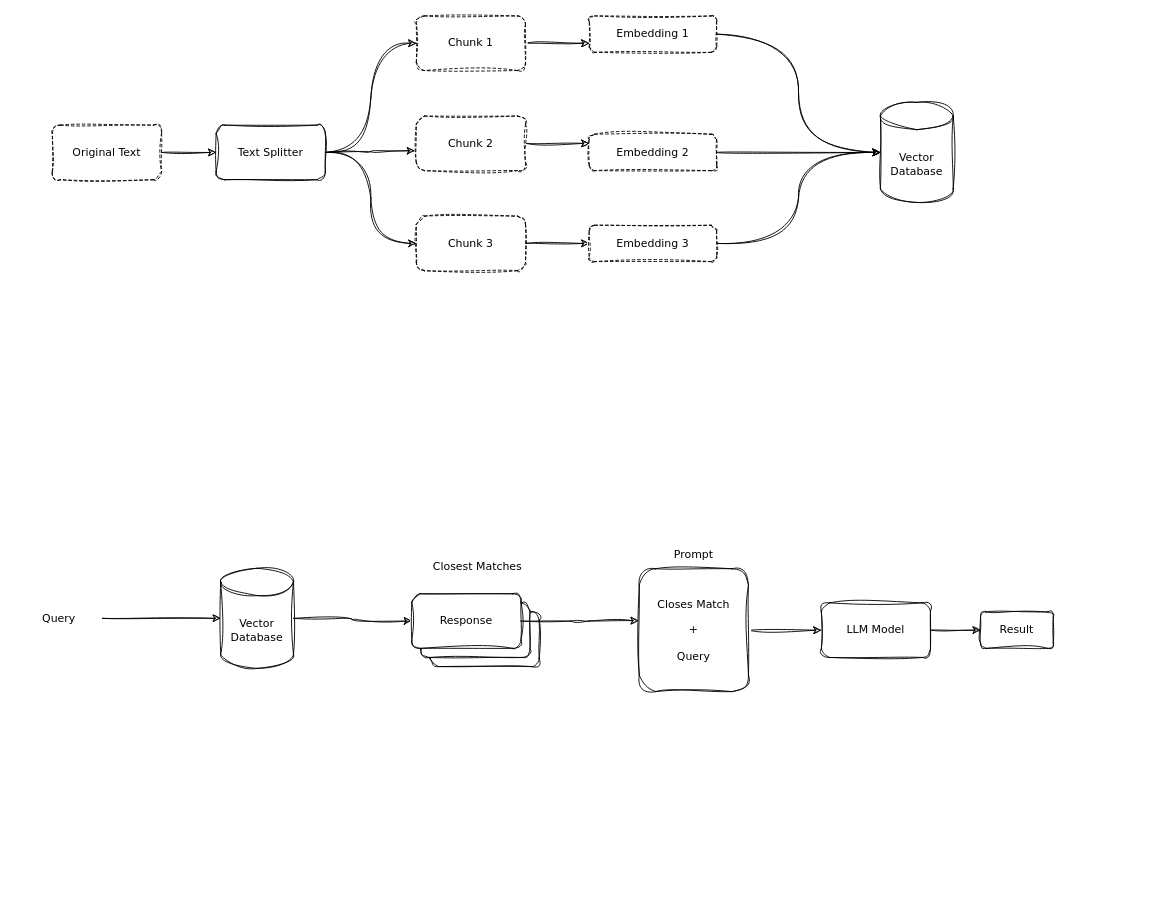
The draw.io diagram Untitled Diagram.drawio in mshiva1482/diagrams, before the edit. Source tidied: cells renumbered, new cells numbered last; positions are measured from the earlier drawing's top-left corner, leaving out a move shared by most shapes. Both pictures are drawn from the tidied source at 91%, with x=0, y=0 at pixel (15, 15).
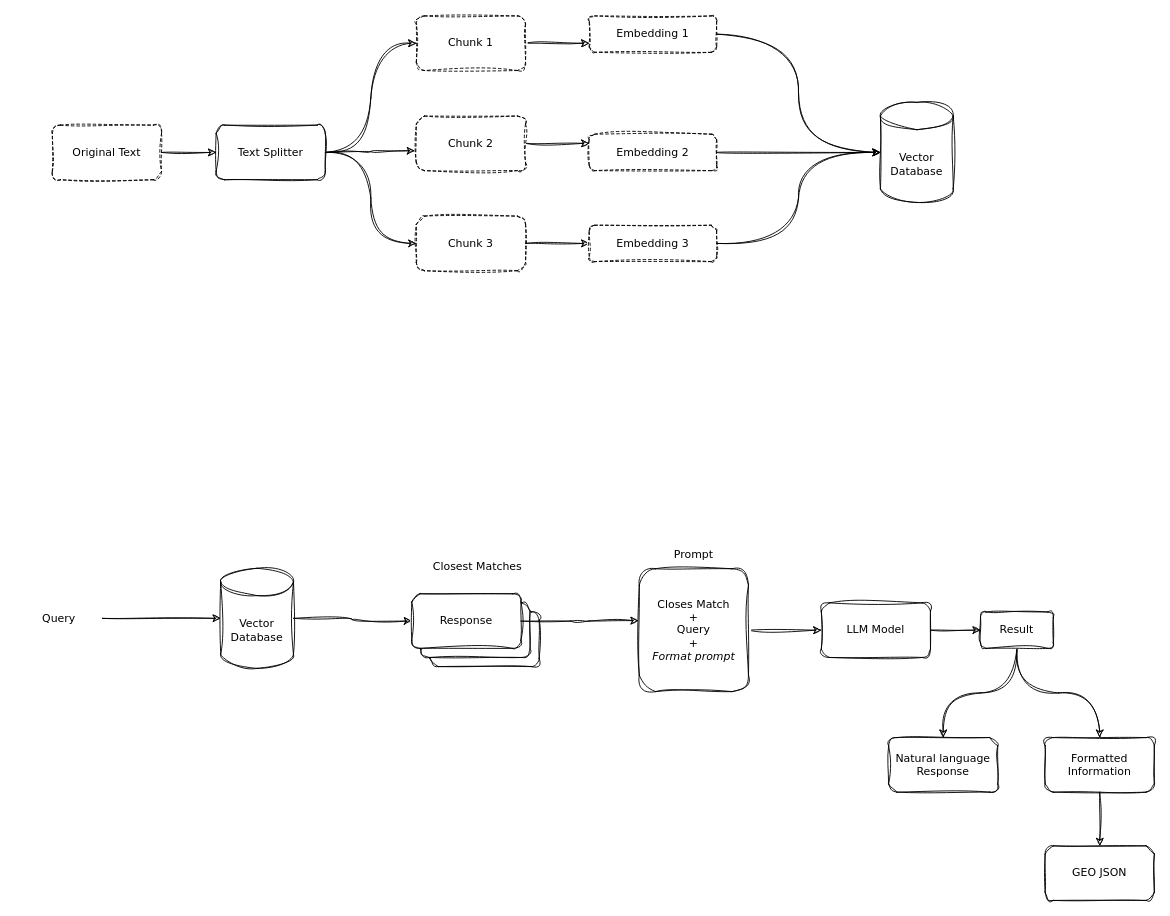
The same diagram, later.

The change refers to these unchanged cells:
```xml
<mxCell id="35" value="Result" style="whiteSpace=wrap;html=1;labelBackgroundColor=none;rounded=1;sketch=1;curveFitting=1;jiggle=2;fontFamily=Verdana;" parent="1" vertex="1">
  <mxGeometry x="1060" y="655" width="80" height="40" as="geometry" />
</mxCell>
```

The edit, as a diff of the source:
```diff
@@
-    <mxCell id="30" value="Closes Match&lt;div&gt;&lt;br&gt;&lt;/div&gt;&lt;div&gt;+&lt;/div&gt;&lt;div&gt;&lt;br&gt;&lt;/div&gt;&lt;div&gt;Query&lt;/div&gt;" style="whiteSpace=wrap;html=1;labelBackgroundColor=none;rounded=1;sketch=1;curveFitting=1;jiggle=2;fontFamily=Verdana;" parent="1" vertex="1">
+    <mxCell id="30" value="Closes Match&lt;div&gt;+&lt;/div&gt;&lt;div&gt;Query&lt;/div&gt;&lt;div&gt;+&lt;/div&gt;&lt;div&gt;&lt;i&gt;Format prompt&lt;/i&gt;&lt;/div&gt;" style="whiteSpace=wrap;html=1;labelBackgroundColor=none;rounded=1;sketch=1;curveFitting=1;jiggle=2;fontFamily=Verdana;" parent="1" vertex="1">
       <mxGeometry x="685" y="607.5" width="120" height="135" as="geometry" />
     </mxCell>
@@
+    <mxCell id="36" style="edgeStyle=orthogonalEdgeStyle;rounded=1;sketch=1;hachureGap=4;jiggle=2;curveFitting=1;jettySize=auto;html=1;entryX=0.5;entryY=0;entryDx=0;entryDy=0;fontFamily=Architects Daughter;curved=1;" parent="1" edge="1" source="35" target="38">
+      <mxGeometry relative="1" as="geometry" />
+    </mxCell>
+    <mxCell id="37" style="edgeStyle=orthogonalEdgeStyle;rounded=1;sketch=1;hachureGap=4;jiggle=2;curveFitting=1;jettySize=auto;html=1;fontFamily=Architects Daughter;curved=1;" parent="1" edge="1" source="35" target="40">
+      <mxGeometry relative="1" as="geometry" />
+    </mxCell>
@@
+    <mxCell id="38" value="Natural language Response" style="whiteSpace=wrap;html=1;rounded=1;sketch=1;hachureGap=4;jiggle=2;curveFitting=1;fontFamily=Verdana;" parent="1" vertex="1">
+      <mxGeometry x="959" y="793" width="120" height="60" as="geometry" />
+    </mxCell>
+    <mxCell id="39" style="edgeStyle=orthogonalEdgeStyle;rounded=1;sketch=1;hachureGap=4;jiggle=2;curveFitting=1;jettySize=auto;html=1;entryX=0.5;entryY=0;entryDx=0;entryDy=0;fontFamily=Verdana;" parent="1" edge="1" source="40" target="41">
+      <mxGeometry relative="1" as="geometry" />
+    </mxCell>
+    <mxCell id="40" value="Formatted Information" style="whiteSpace=wrap;html=1;rounded=1;sketch=1;hachureGap=4;jiggle=2;curveFitting=1;fontFamily=Verdana;" parent="1" vertex="1">
+      <mxGeometry x="1131" y="793" width="120" height="60" as="geometry" />
+    </mxCell>
+    <mxCell id="41" value="GEO JSON" style="whiteSpace=wrap;html=1;rounded=1;sketch=1;hachureGap=4;jiggle=2;curveFitting=1;fontFamily=Verdana;" parent="1" vertex="1">
+      <mxGeometry x="1131" y="912" width="120" height="60" as="geometry" />
+    </mxCell>
```
